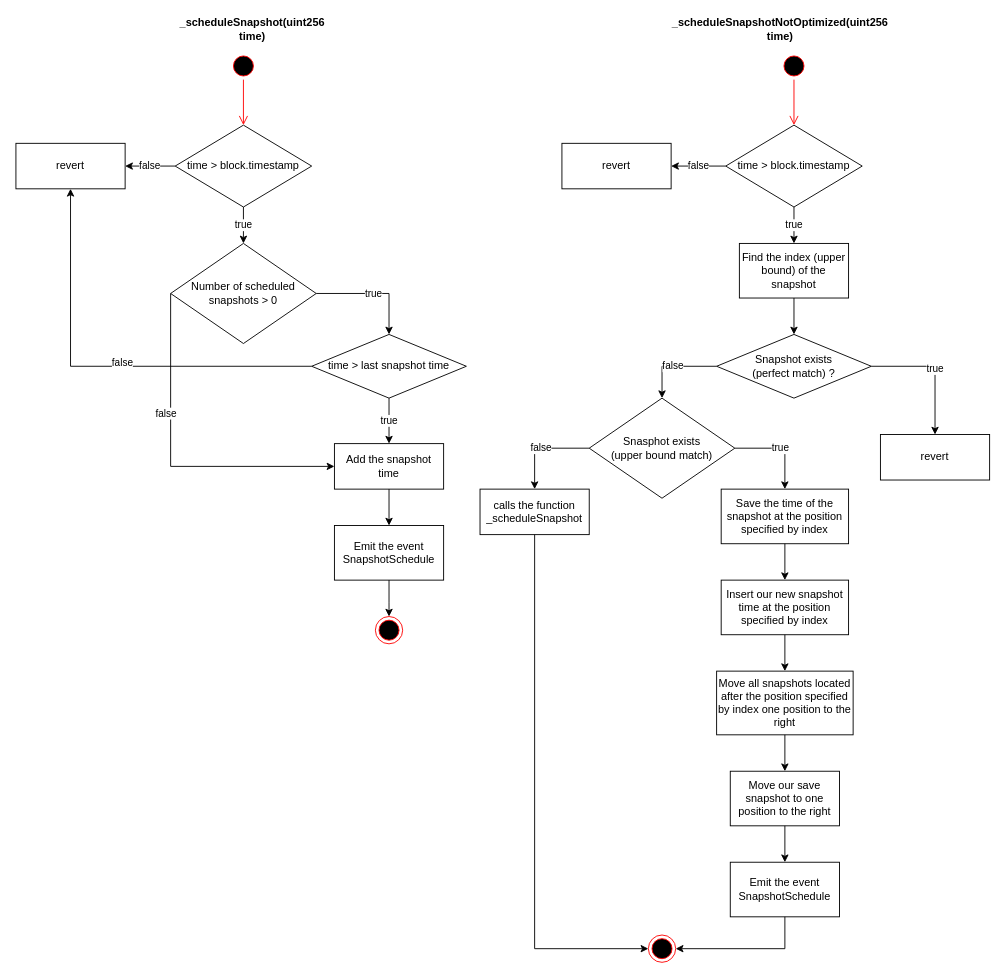
Earlier version of the draw.io diagram page "scheduleSnapshot" (1 of 4) of doc/modules/Snapshot/SnpashotModule-Schema.drawio (CMTA/CMTAT). Source tidied: cells renumbered, new cells numbered last; positions are measured from the earlier drawing's top-left corner, leaving out a move shared by most shapes. Both pictures are drawn from the tidied source at 91%, with x=0, y=0 at pixel (15, 15).
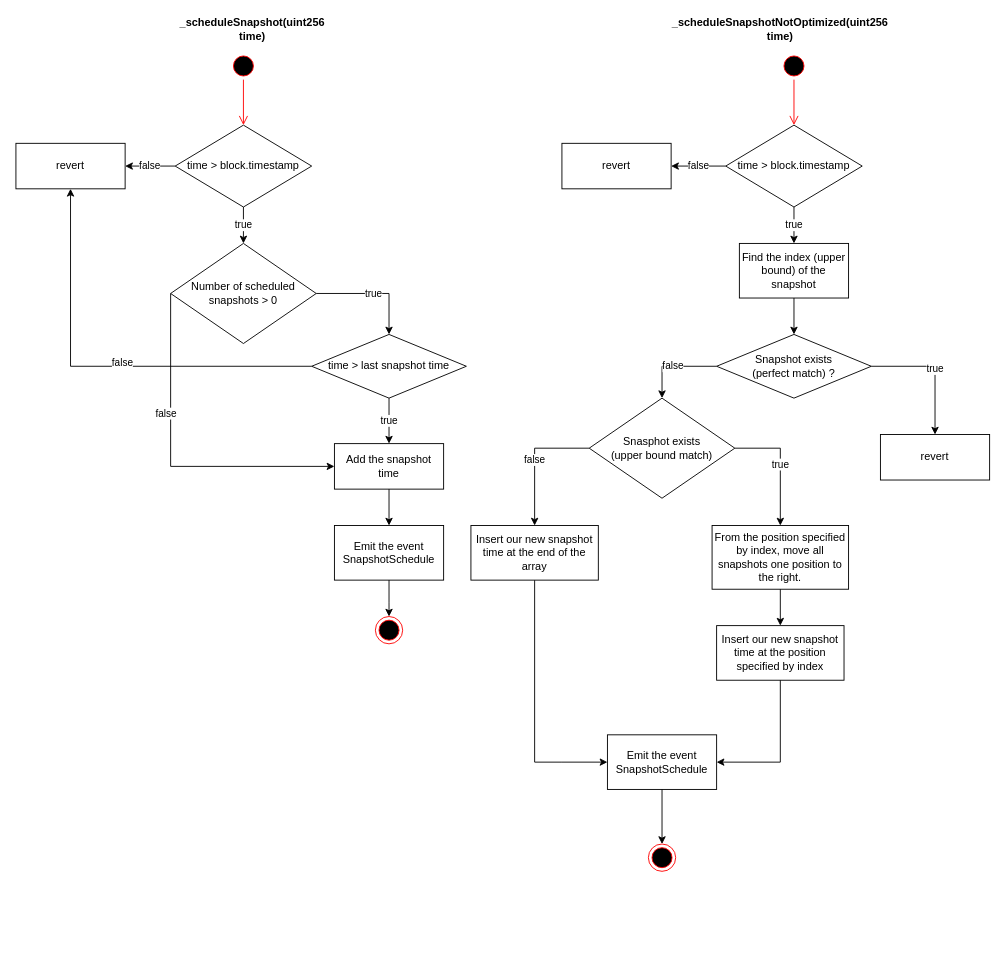
The same page after the edit.

Unchanged cells that the change refers to:
```xml
<mxCell id="19" value="Snasphot exists&lt;br&gt;(upper bound match)" style="rhombus;whiteSpace=wrap;html=1;align=center;" parent="1" vertex="1">
  <mxGeometry x="630" y="420" width="160" height="110" as="geometry" />
</mxCell>
```

Diff of the diagram source:
```diff
@@
     <mxCell id="21" value="Emit the event SnapshotSchedule" style="rounded=0;whiteSpace=wrap;html=1;" parent="1" vertex="1">
-      <mxGeometry x="785" y="930" width="120" height="60" as="geometry" />
+      <mxGeometry x="650" y="790" width="120" height="60" as="geometry" />
     </mxCell>
@@
-    <mxCell id="28" value="calls the function _scheduleSnapshot" style="rounded=0;whiteSpace=wrap;html=1;" parent="1" vertex="1">
-      <mxGeometry x="510" y="520" width="120" height="50" as="geometry" />
-    </mxCell>
-    <mxCell id="29" value="Move all snapshots located after the position specified by index one position to the right" style="rounded=0;whiteSpace=wrap;html=1;" parent="1" vertex="1">
-      <mxGeometry x="770" y="720" width="150" height="70" as="geometry" />
+    <mxCell id="29" value="From the position specified by index, move all snapshots one position to the right." style="rounded=0;whiteSpace=wrap;html=1;" parent="1" vertex="1">
+      <mxGeometry x="765" y="560" width="150" height="70" as="geometry" />
     </mxCell>
-    <mxCell id="30" value="Save the time of the snapshot at the position specified by index" style="rounded=0;whiteSpace=wrap;html=1;" parent="1" vertex="1">
-      <mxGeometry x="775" y="520" width="140" height="60" as="geometry" />
-    </mxCell>
     <mxCell id="31" value="Insert our new snapshot time at the position specified by index" style="rounded=0;whiteSpace=wrap;html=1;" parent="1" vertex="1">
-      <mxGeometry x="775" y="620" width="140" height="60" as="geometry" />
+      <mxGeometry x="770" y="670" width="140" height="60" as="geometry" />
     </mxCell>
-    <mxCell id="32" value="Move our save snapshot to one position to the right" style="rounded=0;whiteSpace=wrap;html=1;" parent="1" vertex="1">
-      <mxGeometry x="785" y="830" width="120" height="60" as="geometry" />
-    </mxCell>
-    <mxCell id="33" style="endArrow=classic;html=1;rounded=0;exitX=0.5;exitY=1;exitDx=0;exitDy=0;entryX=0.5;entryY=0;entryDx=0;entryDy=0;" parent="1" edge="1" source="30" target="31">
-      <mxGeometry relative="1" as="geometry" />
-    </mxCell>
-    <mxCell id="34" style="endArrow=classic;html=1;rounded=0;exitX=0.5;exitY=1;exitDx=0;exitDy=0;entryX=0.5;entryY=0;entryDx=0;entryDy=0;" parent="1" edge="1" source="31" target="29">
-      <mxGeometry relative="1" as="geometry" />
-    </mxCell>
-    <mxCell id="35" style="endArrow=classic;html=1;rounded=0;exitX=0.5;exitY=1;exitDx=0;exitDy=0;entryX=0.5;entryY=0;entryDx=0;entryDy=0;" parent="1" edge="1" source="29" target="32">
-      <mxGeometry relative="1" as="geometry" />
-    </mxCell>
     <mxCell id="36" style="ellipse;html=1;shape=endState;fillColor=#000000;strokeColor=#ff0000;" parent="1" vertex="1">
-      <mxGeometry x="695" y="1010" width="30" height="30" as="geometry" />
+      <mxGeometry x="695" y="910" width="30" height="30" as="geometry" />
     </mxCell>
-    <mxCell id="37" style="endArrow=classic;html=1;rounded=0;exitX=0.5;exitY=1;exitDx=0;exitDy=0;entryX=0.5;entryY=0;entryDx=0;entryDy=0;" parent="1" edge="1" source="32" target="21">
-      <mxGeometry relative="1" as="geometry" />
-    </mxCell>
@@
-    <mxCell id="47" value="true" style="endArrow=classic;html=1;rounded=0;exitX=1;exitY=0.5;exitDx=0;exitDy=0;entryX=0.5;entryY=0;entryDx=0;entryDy=0;" parent="1" edge="1" source="19" target="30">
+    <mxCell id="47" value="true" style="endArrow=classic;html=1;rounded=0;exitX=1;exitY=0.5;exitDx=0;exitDy=0;" parent="1" edge="1" source="19" target="29">
       <mxGeometry relative="1" as="geometry">
         <Array as="points">
-          <mxPoint x="845" y="475" />
+          <mxPoint x="840" y="475" />
         </Array>
       </mxGeometry>
     </mxCell>
-    <mxCell id="48" value="false" style="endArrow=classic;html=1;rounded=0;exitX=0;exitY=0.5;exitDx=0;exitDy=0;entryX=0.5;entryY=0;entryDx=0;entryDy=0;" parent="1" edge="1" source="19" target="28">
+    <mxCell id="48" value="false" style="endArrow=classic;html=1;rounded=0;exitX=0;exitY=0.5;exitDx=0;exitDy=0;" parent="1" edge="1" source="19" target="51">
       <mxGeometry relative="1" as="geometry">
         <Array as="points">
           <mxPoint x="570" y="475" />
         </Array>
       </mxGeometry>
     </mxCell>
-    <mxCell id="49" style="endArrow=classic;html=1;rounded=0;exitX=0.5;exitY=1;exitDx=0;exitDy=0;entryX=0;entryY=0.5;entryDx=0;entryDy=0;" parent="1" edge="1" source="28" target="36">
+    <mxCell id="49" style="endArrow=classic;html=1;rounded=0;exitX=0.5;exitY=1;exitDx=0;exitDy=0;entryX=0;entryY=0.5;entryDx=0;entryDy=0;" parent="1" edge="1" source="51" target="21">
       <mxGeometry relative="1" as="geometry">
         <Array as="points">
-          <mxPoint x="570" y="1025" />
+          <mxPoint x="570" y="820" />
+          <mxPoint x="600" y="820" />
         </Array>
       </mxGeometry>
     </mxCell>
-    <mxCell id="50" style="endArrow=classic;html=1;rounded=0;exitX=0.5;exitY=1;exitDx=0;exitDy=0;entryX=1;entryY=0.5;entryDx=0;entryDy=0;" parent="1" edge="1" source="21" target="36">
-      <mxGeometry relative="1" as="geometry">
-        <Array as="points">
-          <mxPoint x="845" y="1025" />
-        </Array>
-      </mxGeometry>
+    <mxCell id="50" style="endArrow=classic;html=1;rounded=0;exitX=0.5;exitY=1;exitDx=0;exitDy=0;entryX=0.5;entryY=0;entryDx=0;entryDy=0;" parent="1" edge="1" source="21" target="36">
+      <mxGeometry relative="1" as="geometry" />
     </mxCell>
+    <mxCell id="51" value="Insert our new snapshot time at the end of the array" style="rounded=0;whiteSpace=wrap;html=1;" parent="1" vertex="1">
+      <mxGeometry x="500" y="560" width="140" height="60" as="geometry" />
+    </mxCell>
+    <mxCell id="52" style="endArrow=classic;html=1;rounded=0;exitX=0.5;exitY=1;exitDx=0;exitDy=0;" parent="1" edge="1" source="29" target="31">
+      <mxGeometry relative="1" as="geometry" />
+    </mxCell>
+    <mxCell id="53" style="endArrow=classic;html=1;rounded=0;exitX=0.5;exitY=1;exitDx=0;exitDy=0;entryX=1;entryY=0.5;entryDx=0;entryDy=0;" parent="1" edge="1" source="31" target="21">
+      <mxGeometry relative="1" as="geometry">
+        <Array as="points">
+          <mxPoint x="840" y="820" />
+        </Array>
+      </mxGeometry>
+    </mxCell>
```
